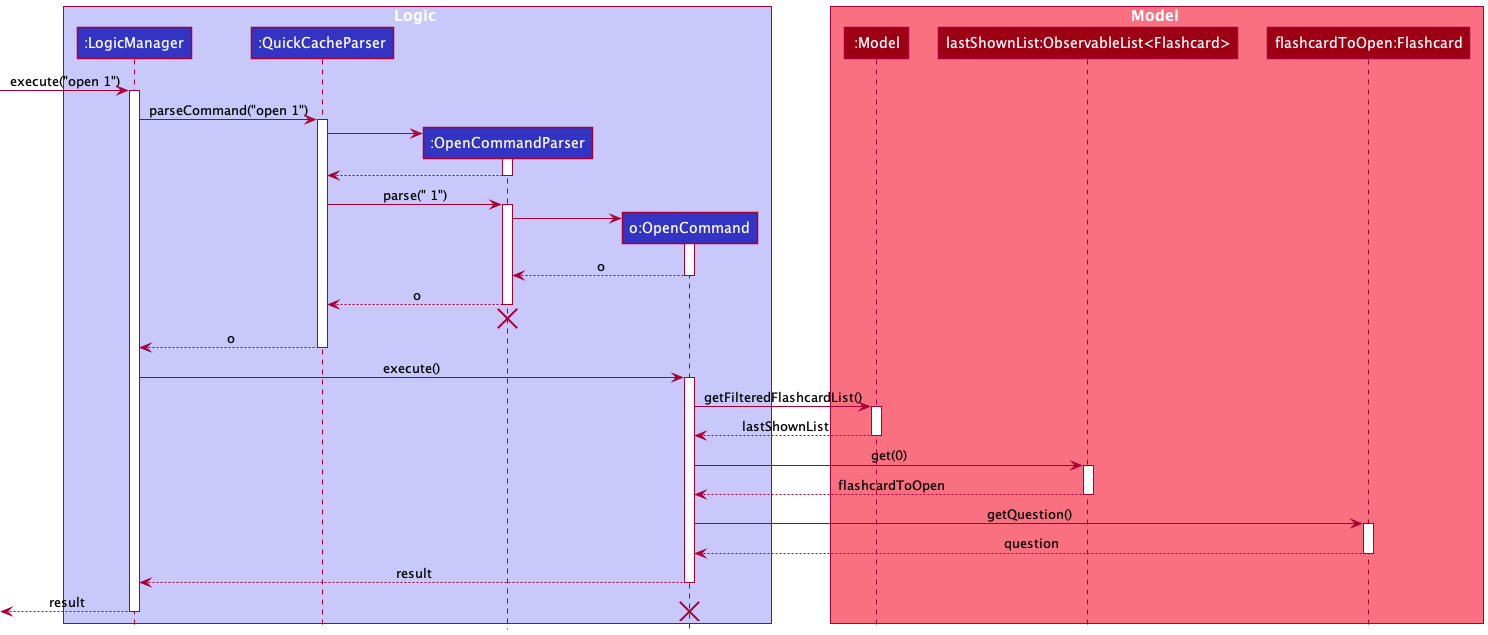
This is docs/images/OpenSequenceDiagram.png from nus-cs2103-AY2021S1/tp, a PlantUML export, as it was before one commit.
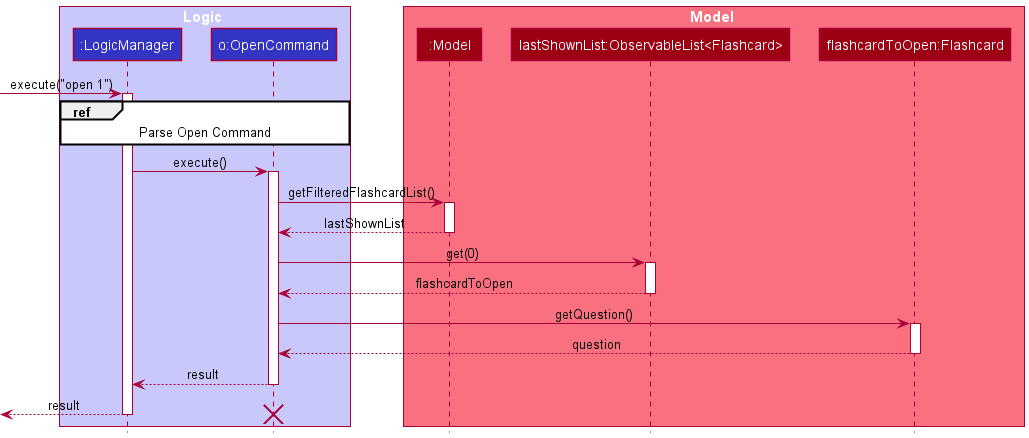
Later version of the same file.

Change to the diagram source:
```diff
@@ -3,8 +3,6 @@
 
 box Logic LOGIC_COLOR_T1
 participant ":LogicManager" as LogicManager LOGIC_COLOR
-participant ":QuickCacheParser" as QuickCacheParser LOGIC_COLOR
-participant ":OpenCommandParser" as OpenCommandParser LOGIC_COLOR
 participant "o:OpenCommand" as OpenCommand LOGIC_COLOR
 end box
 
@@ -17,34 +15,7 @@
 [-> LogicManager : execute("open 1")
 activate LogicManager
 
-LogicManager -> QuickCacheParser : parseCommand("open 1")
-activate QuickCacheParser
-
-create OpenCommandParser
-QuickCacheParser -> OpenCommandParser
-activate OpenCommandParser
-
-OpenCommandParser --> QuickCacheParser
-deactivate OpenCommandParser
-
-QuickCacheParser -> OpenCommandParser : parse(" 1")
-activate OpenCommandParser
-
-create OpenCommand
-OpenCommandParser -> OpenCommand
-activate OpenCommand
-
-OpenCommand --> OpenCommandParser : o
-deactivate OpenCommand
-
-OpenCommandParser --> QuickCacheParser: o
-deactivate OpenCommandParser
-
-OpenCommandParser -[hidden]-> QuickCacheParser
-destroy OpenCommandParser
-
-QuickCacheParser --> LogicManager : o
-deactivate QuickCacheParser
+ref over LogicManager, OpenCommand : Parse Open Command
 
 LogicManager -> OpenCommand : execute()
 activate OpenCommand
```
